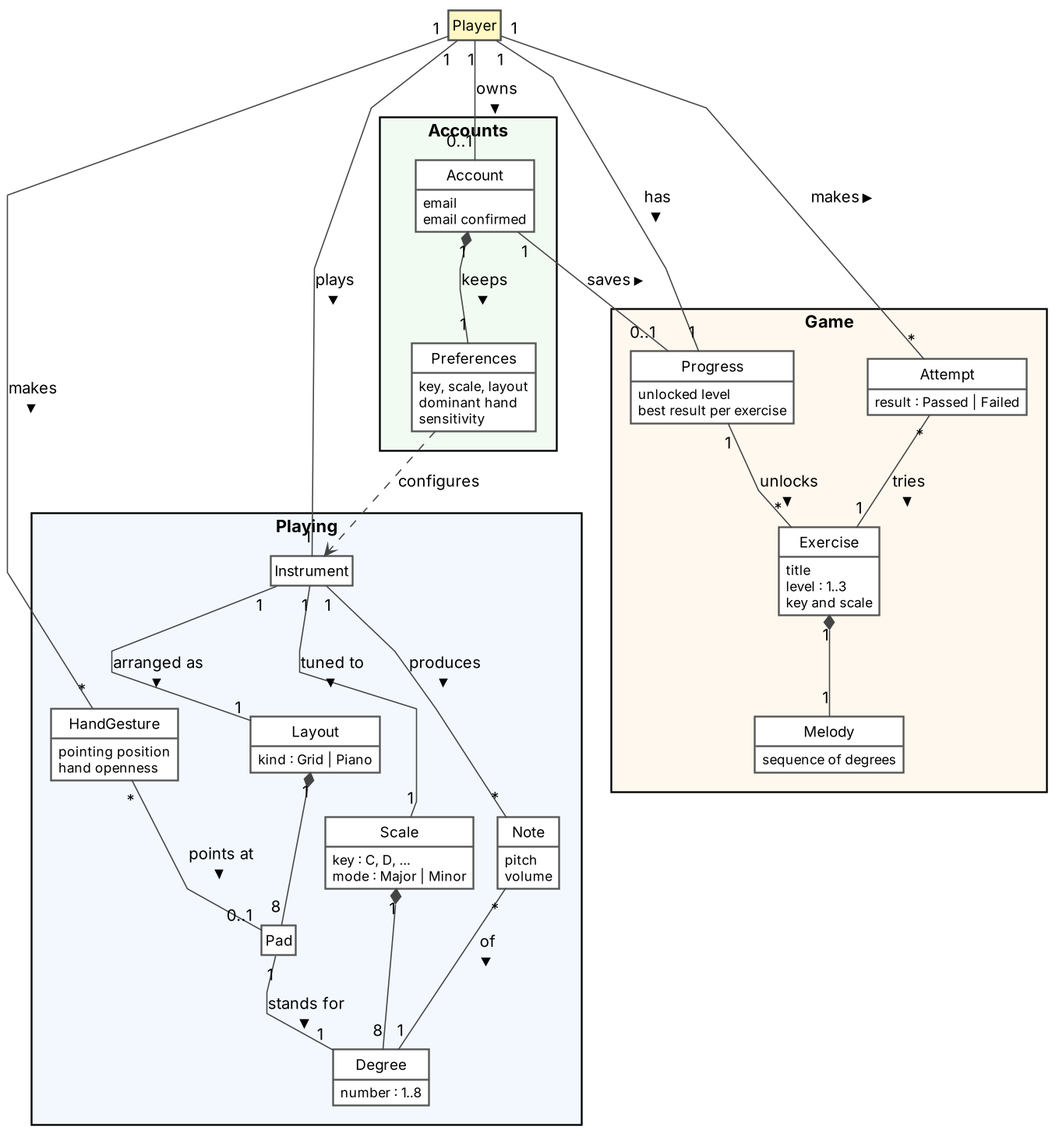
Above: docs/design/domain-model.png in MESW-LES-2627/les-project-group-5 (PlantUML), before the change. Its source is kept beside it as docs/design/domain-model.puml.
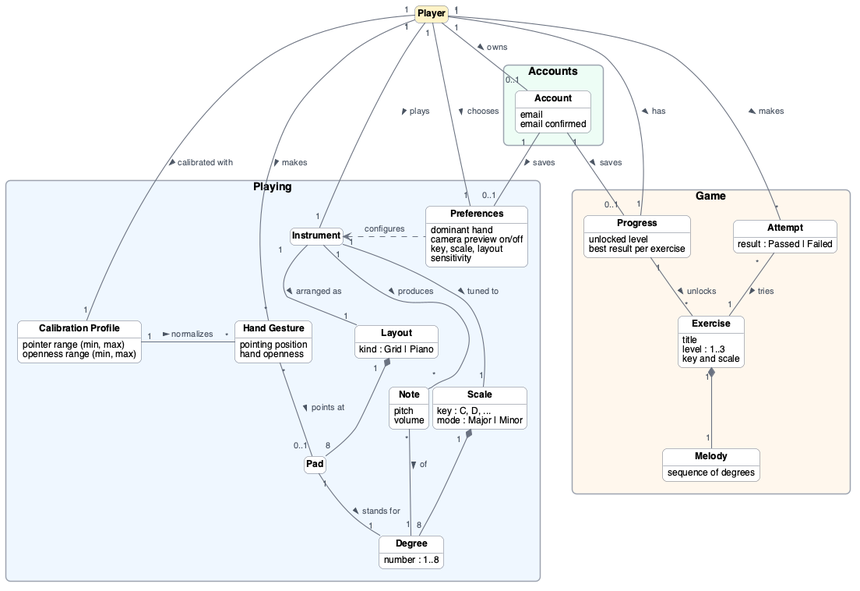
Later version of the same file.

The edit, as a diff of the source:
```diff
@@ -1,31 +1,53 @@
 @startuml
+skinparam shadowing false
+skinparam roundCorner 12
+skinparam defaultFontName Helvetica
+skinparam defaultFontSize 13
 skinparam classAttributeIconSize 0
-skinparam shadowing false
-skinparam ArrowColor #444444
-skinparam defaultFontName Helvetica
+skinparam classFontStyle bold
+skinparam classAttributeFontSize 12
+skinparam ArrowColor #6B7280
+skinparam ArrowThickness 1.1
+skinparam ArrowFontSize 11
+skinparam ArrowFontColor #4B5563
 skinparam packageStyle rectangle
+skinparam packageFontSize 14
+skinparam packageBorderColor #9CA3AF
 skinparam class {
   BackgroundColor #FFFFFF
-  BorderColor #555555
+  BorderColor #6B7280
 }
 hide empty members
 hide circle
-skinparam linetype polyline
-skinparam nodesep 60
-skinparam ranksep 60
+skinparam nodesep 55
+skinparam ranksep 50
 
-class Player #FFF8C4
+class Player #FEF3C7
 
-package "Playing" #F3F8FF {
-  class HandGesture {
+package "Playing" #EFF6FF {
+  class CalibrationProfile as "Calibration Profile" {
+    pointer range (min, max)
+    openness range (min, max)
+  }
+  class HandGesture as "Hand Gesture" {
     pointing position
     hand openness
   }
   class Instrument
+  class Preferences {
+    dominant hand
+    camera preview on/off
+    key, scale, layout
+    sensitivity
+  }
+  class Pad
   class Layout {
     kind : Grid | Piano
   }
-  class Pad
+  class Note {
+    pitch
+    volume
+  }
   class Scale {
     key : C, D, ...
     mode : Major | Minor
@@ -33,25 +55,16 @@
   class Degree {
     number : 1..8
   }
-  class Note {
-    pitch
-    volume
-  }
 }
 
-package "Accounts" #F2FBF2 {
+package "Accounts" #ECFDF5 {
   class Account {
     email
     email confirmed
   }
-  class Preferences {
-    key, scale, layout
-    dominant hand
-    sensitivity
-  }
 }
 
-package "Game" #FFF8EE {
+package "Game" #FFF7ED {
   class Progress {
     unlocked level
     best result per exercise
@@ -69,26 +82,29 @@
   }
 }
 
-Player "1" -- "*" HandGesture : makes >
-Player "1" -- "1" Instrument : plays >
-Player "1" -- "0..1" Account : owns >
-Player "1" -- "*" Attempt : makes >
-Player "1" -- "1" Progress : has >
+Player "1" -down- "1" CalibrationProfile : calibrated with >
+Player "1" -down- "*" HandGesture : makes >
+Player "1" -down- "1" Instrument : plays >
+Player "1" -down- "1" Preferences : chooses >
+Player "1" -down- "0..1" Account : owns >
+Player "1" -down- "1" Progress : has >
+Player "1" -down- "*" Attempt : makes >
 
-HandGesture "*" -- "0..1" Pad : points at >
-Instrument "1" -- "1" Layout : arranged as >
-Instrument "1" -- "1" Scale : tuned to >
-Instrument "1" -- "*" Note : produces >
-Layout "1" *-- "8" Pad
-Scale "1" *-- "8" Degree
-Pad "1" -- "1" Degree : stands for >
-Note "*" -- "1" Degree : of >
+CalibrationProfile "1" -right- "*" HandGesture : normalizes >
+HandGesture "*" -down- "0..1" Pad : points at >
+Preferences .left.> Instrument : configures
+Instrument "1" -down- "1" Layout : arranged as >
+Instrument "1" -down- "*" Note : produces >
+Instrument "1" -down- "1" Scale : tuned to >
+Layout "1" *-down- "8" Pad
+Pad "1" -down- "1" Degree : stands for >
+Note "*" -down- "1" Degree : of >
+Scale "1" *-down- "8" Degree
 
-Account "1" *-- "1" Preferences : keeps >
-Account "1" -- "0..1" Progress : saves >
-Preferences ..> Instrument : configures
+Account "1" -down- "0..1" Preferences : saves >
+Account "1" -down- "0..1" Progress : saves >
 
-Attempt "*" -- "1" Exercise : tries >
-Exercise "1" *-- "1" Melody
-Progress "1" -- "*" Exercise : unlocks >
+Progress "1" -down- "*" Exercise : unlocks >
+Attempt "*" -down- "1" Exercise : tries >
+Exercise "1" *-down- "1" Melody
 @enduml
```
